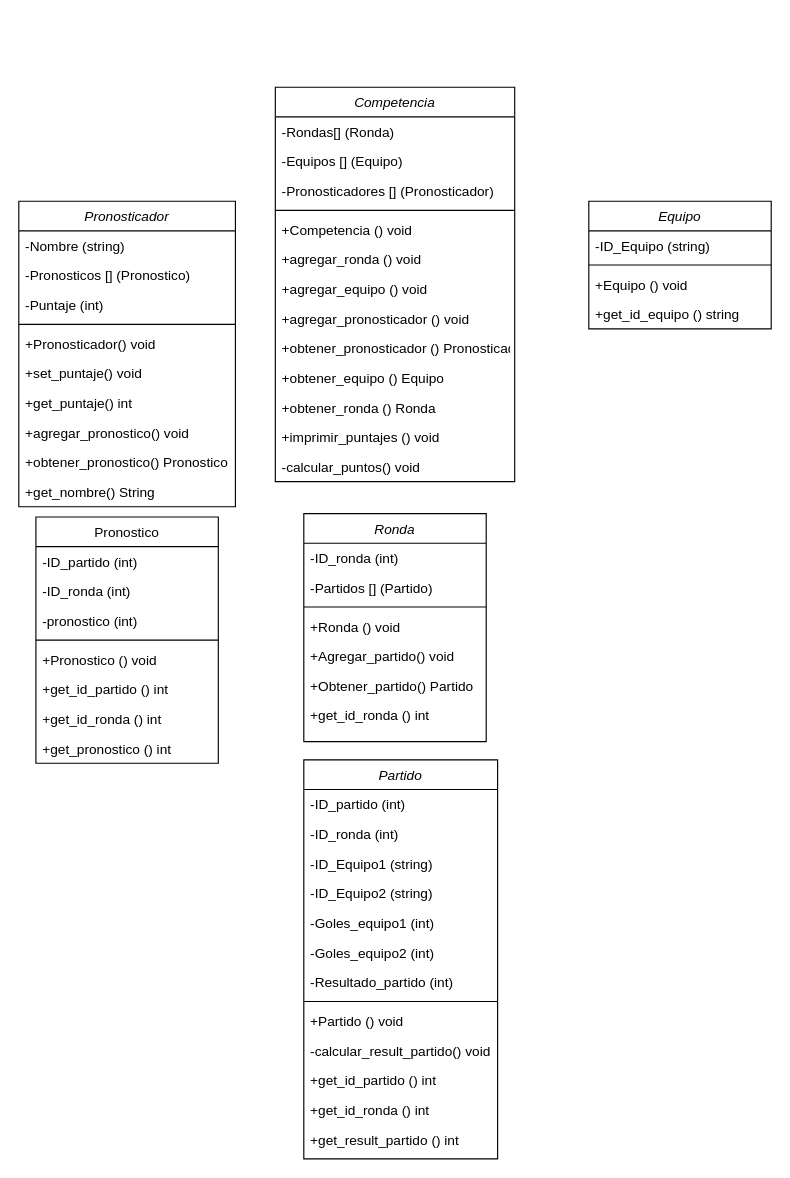
The draw.io diagram UML_Pronosticador_Deportivo.drawIO in gmenendez0/Pronosticador_Deportivo, before the edit. Source tidied: cells renumbered, new cells numbered last; positions are measured from the earlier drawing's top-left corner, leaving out a move shared by most shapes. Both pictures are drawn from the tidied source at 114%, with x=0, y=0 at pixel (18, 87).
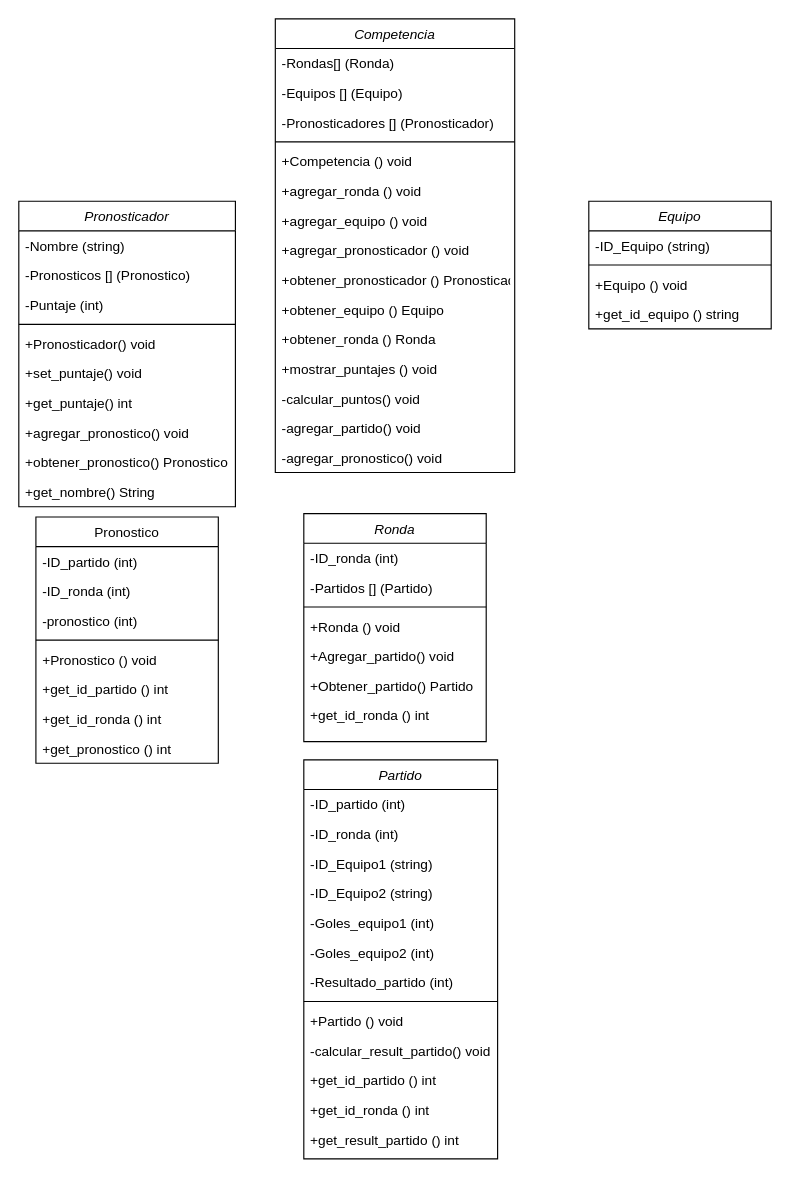
After the change.

Commit message (it also covers changes not shown here):
-Se agregan metodos "agregar_partido" y "agregar_pronostico" a la clase "Competencia" para mejorar la encapsulacion y la seguridad general de la interfaz.

-Otros pequeños cambios irrelevantes dentro de la clase "competencia"

-Se actualiza el UML

Diff of the diagram source:
```diff
@@
     <mxCell id="49" value="Competencia" style="swimlane;fontStyle=2;align=center;verticalAlign=top;horizontal=1;startSize=26;rounded=0;shadow=0;strokeWidth=1;" parent="1" vertex="1">
-      <mxGeometry x="225" width="210" height="346" as="geometry" />
+      <mxGeometry x="225" y="-60" width="210" height="398" as="geometry" />
     </mxCell>
@@
-    <mxCell id="61" value="+imprimir_puntajes () void" style="text;align=left;verticalAlign=top;spacingLeft=4;spacingRight=4;overflow=hidden;rounded=0;shadow=0;html=0;" parent="49" vertex="1">
+    <mxCell id="61" value="+mostrar_puntajes () void" style="text;align=left;verticalAlign=top;spacingLeft=4;spacingRight=4;overflow=hidden;rounded=0;shadow=0;html=0;" parent="49" vertex="1">
       <mxGeometry y="294" width="210" height="26" as="geometry" />
     </mxCell>
@@
+    <mxCell id="63" value="-agregar_partido() void" style="text;align=left;verticalAlign=top;spacingLeft=4;spacingRight=4;overflow=hidden;rounded=0;shadow=0;html=0;" parent="49" vertex="1">
+      <mxGeometry y="346" width="210" height="26" as="geometry" />
+    </mxCell>
+    <mxCell id="64" value="-agregar_pronostico() void" style="text;align=left;verticalAlign=top;spacingLeft=4;spacingRight=4;overflow=hidden;rounded=0;shadow=0;html=0;" parent="49" vertex="1">
+      <mxGeometry y="372" width="210" height="26" as="geometry" />
+    </mxCell>
```
